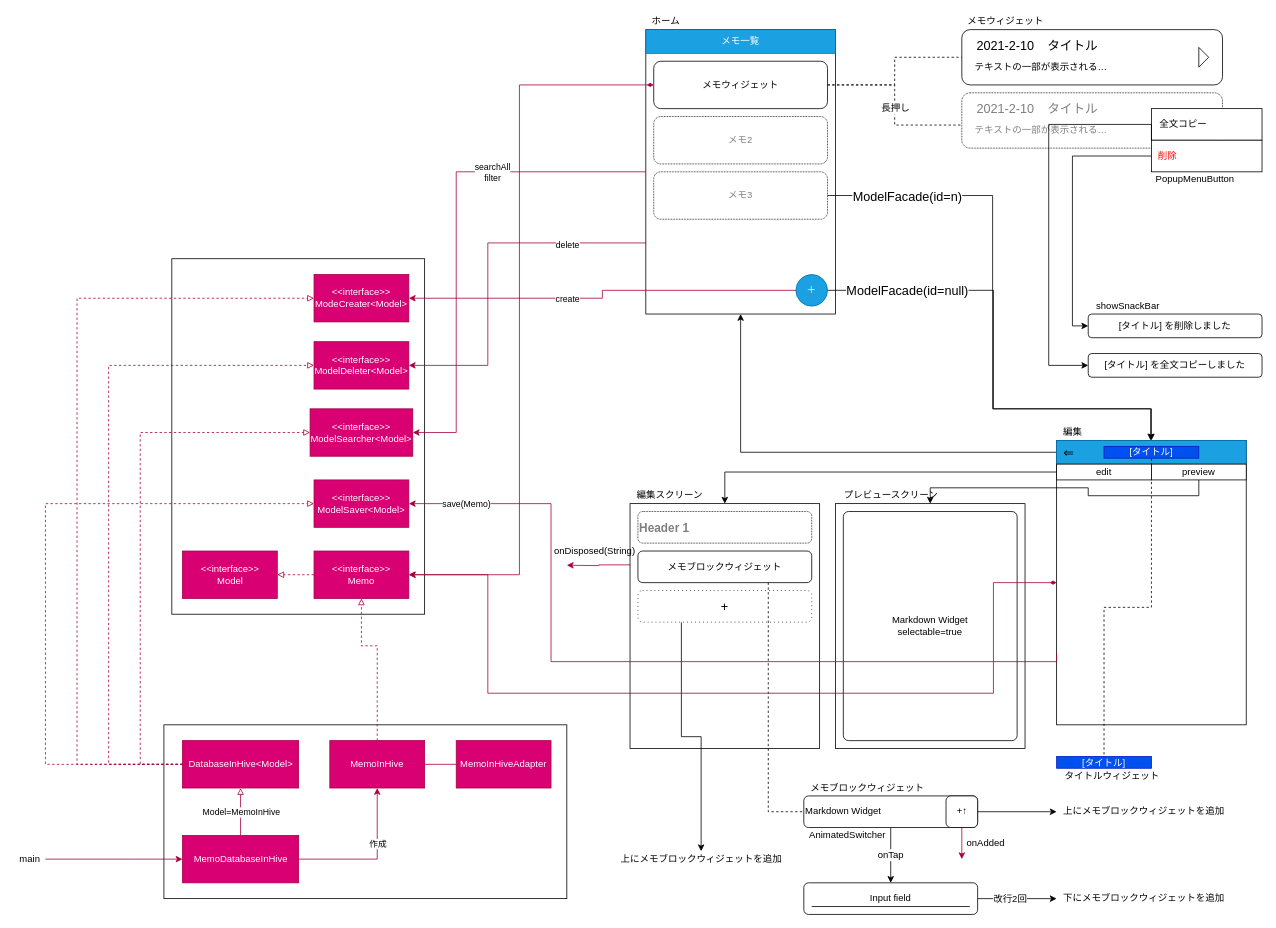
Before: screen.dio in SakumaTakuya/chat_like_markup, a draw.io diagram. Source tidied: cells renumbered, new cells numbered last; positions are measured from the earlier drawing's top-left corner, leaving out a move shared by most shapes. Both pictures are drawn from the tidied source at 79%, with x=0, y=0 at pixel (13, 13).
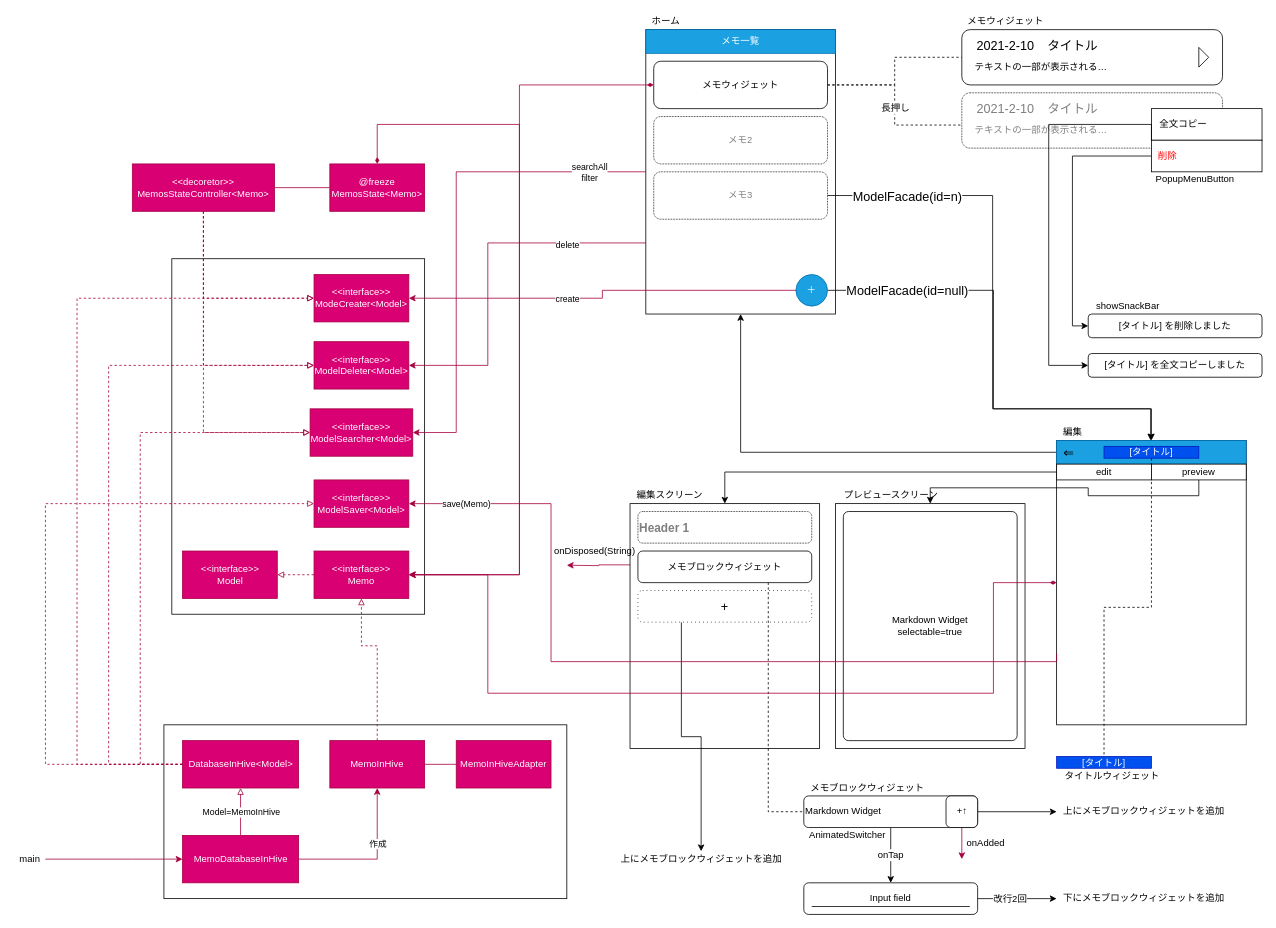
After the change.

Commit message (it also covers changes not shown here):
introduce freeze+provider

Unchanged cells that the change refers to:
```xml
<mxCell id="81" value="&amp;lt;&amp;lt;interface&amp;gt;&amp;gt;&lt;br&gt;Memo" style="rounded=0;whiteSpace=wrap;html=1;fillColor=#d80073;strokeColor=#A50040;fontColor=#ffffff;" parent="1" vertex="1">
  <mxGeometry x="380" y="680" width="120" height="60" as="geometry" />
</mxCell>
<mxCell id="86" value="DatabaseInHive&amp;lt;Model&amp;gt;" style="rounded=0;whiteSpace=wrap;html=1;fillColor=#d80073;strokeColor=#A50040;fontColor=#ffffff;" parent="1" vertex="1">
  <mxGeometry x="213.5" y="920" width="147" height="60" as="geometry" />
</mxCell>
<mxCell id="91" style="edgeStyle=orthogonalEdgeStyle;rounded=0;jettySize=auto;html=1;exitX=0;exitY=0.5;exitDx=0;exitDy=0;entryX=1;entryY=0.5;entryDx=0;entryDy=0;startArrow=none;startFill=0;endArrow=classic;endFill=1;fillColor=#d80073;strokeColor=#A50040;" parent="1" edge="1" source="9" target="94">
  <mxGeometry relative="1" as="geometry">
    <Array as="points">
      <mxPoint x="560" y="200" />
      <mxPoint x="560" y="530" />
    </Array>
  </mxGeometry>
</mxCell>
<mxCell id="94" value="&amp;lt;&amp;lt;interface&amp;gt;&amp;gt;&lt;br&gt;ModelSearcher&amp;lt;Model&amp;gt;" style="rounded=0;whiteSpace=wrap;html=1;fillColor=#d80073;strokeColor=#A50040;fontColor=#ffffff;" parent="1" vertex="1">
  <mxGeometry x="375" y="500" width="130" height="60" as="geometry" />
</mxCell>
<mxCell id="98" value="&amp;lt;&amp;lt;interface&amp;gt;&amp;gt;&lt;br&gt;ModelDeleter&amp;lt;Model&amp;gt;" style="rounded=0;whiteSpace=wrap;html=1;fillColor=#d80073;strokeColor=#A50040;fontColor=#ffffff;" parent="1" vertex="1">
  <mxGeometry x="380" y="415" width="120" height="60" as="geometry" />
</mxCell>
<mxCell id="108" value="&amp;lt;&amp;lt;interface&amp;gt;&amp;gt;&lt;br&gt;ModeCreater&amp;lt;Model&amp;gt;" style="rounded=0;whiteSpace=wrap;html=1;fillColor=#d80073;strokeColor=#A50040;fontColor=#ffffff;" parent="1" vertex="1">
  <mxGeometry x="380" y="330" width="120" height="60" as="geometry" />
</mxCell>
```

Diff of the diagram source:
```diff
@@
     <mxCell id="92" value="searchAll&lt;br&gt;filter" style="edgeLabel;html=1;align=center;verticalAlign=middle;" parent="91" vertex="1">
       <mxGeometry x="-0.25" y="-2" relative="1" as="geometry">
-        <mxPoint x="39" y="2" as="offset" />
+        <mxPoint x="162.9" y="2" as="offset" />
       </mxGeometry>
     </mxCell>
@@
-    <mxCell id="99" style="edgeStyle=orthogonalEdgeStyle;rounded=0;jettySize=auto;html=1;exitX=0.044;exitY=0.5;exitDx=0;exitDy=0;entryX=0;entryY=0.5;entryDx=0;entryDy=0;startArrow=none;startFill=0;endArrow=block;endFill=0;dashed=1;fillColor=#d80073;strokeColor=#A50040;exitPerimeter=0;" parent="1" edge="1" source="86" target="98">
+    <mxCell id="99" style="edgeStyle=orthogonalEdgeStyle;rounded=0;jettySize=auto;html=1;entryX=0;entryY=0.5;entryDx=0;entryDy=0;startArrow=none;startFill=0;endArrow=block;endFill=0;dashed=1;fillColor=#d80073;strokeColor=#A50040;exitX=0;exitY=0.5;exitDx=0;exitDy=0;" parent="1" edge="1" source="86" target="98">
       <mxGeometry relative="1" as="geometry">
         <Array as="points">
           <mxPoint x="120" y="950" />
           <mxPoint x="120" y="445" />
         </Array>
       </mxGeometry>
     </mxCell>
@@
+    <mxCell id="112" style="edgeStyle=orthogonalEdgeStyle;rounded=0;jettySize=auto;html=1;exitX=0.5;exitY=1;exitDx=0;exitDy=0;entryX=0;entryY=0.5;entryDx=0;entryDy=0;dashed=1;endArrow=block;endFill=0;fillColor=#d80073;strokeColor=#A50040;" parent="1" edge="1" source="116" target="108">
+      <mxGeometry relative="1" as="geometry" />
+    </mxCell>
+    <mxCell id="113" style="edgeStyle=orthogonalEdgeStyle;rounded=0;jettySize=auto;html=1;exitX=0.5;exitY=1;exitDx=0;exitDy=0;entryX=0;entryY=0.5;entryDx=0;entryDy=0;dashed=1;endArrow=block;endFill=0;fillColor=#d80073;strokeColor=#A50040;" parent="1" edge="1" source="116" target="98">
+      <mxGeometry relative="1" as="geometry" />
+    </mxCell>
+    <mxCell id="114" style="edgeStyle=orthogonalEdgeStyle;rounded=0;jettySize=auto;html=1;exitX=0.5;exitY=1;exitDx=0;exitDy=0;entryX=0;entryY=0.5;entryDx=0;entryDy=0;dashed=1;endArrow=block;endFill=0;fillColor=#d80073;strokeColor=#A50040;" parent="1" edge="1" source="116" target="94">
+      <mxGeometry relative="1" as="geometry" />
+    </mxCell>
+    <mxCell id="115" style="edgeStyle=orthogonalEdgeStyle;rounded=0;jettySize=auto;html=1;exitX=1;exitY=0.5;exitDx=0;exitDy=0;endArrow=none;endFill=0;fillColor=#d80073;strokeColor=#A50040;" parent="1" edge="1" source="116" target="118">
+      <mxGeometry relative="1" as="geometry" />
+    </mxCell>
+    <mxCell id="116" value="&amp;lt;&amp;lt;decoretor&amp;gt;&amp;gt;&lt;br&gt;MemosStateController&amp;lt;Memo&amp;gt;" style="rounded=0;whiteSpace=wrap;html=1;fillColor=#d80073;strokeColor=#A50040;fontColor=#ffffff;" parent="1" vertex="1">
+      <mxGeometry x="150" y="190" width="180" height="60" as="geometry" />
+    </mxCell>
+    <mxCell id="117" style="edgeStyle=orthogonalEdgeStyle;rounded=0;jettySize=auto;html=1;exitX=0.5;exitY=0;exitDx=0;exitDy=0;entryX=1;entryY=0.5;entryDx=0;entryDy=0;endArrow=classic;endFill=1;fillColor=#d80073;strokeColor=#A50040;startArrow=diamondThin;startFill=1;" parent="1" edge="1" source="118" target="81">
+      <mxGeometry relative="1" as="geometry">
+        <Array as="points">
+          <mxPoint x="460" y="140" />
+          <mxPoint x="640" y="140" />
+          <mxPoint x="640" y="710" />
+        </Array>
+      </mxGeometry>
+    </mxCell>
+    <mxCell id="118" value="@freeze&lt;br&gt;MemosState&amp;lt;Memo&amp;gt;" style="rounded=0;whiteSpace=wrap;html=1;fillColor=#d80073;strokeColor=#A50040;fontColor=#ffffff;" parent="1" vertex="1">
+      <mxGeometry x="400" y="190" width="120" height="60" as="geometry" />
+    </mxCell>
```
